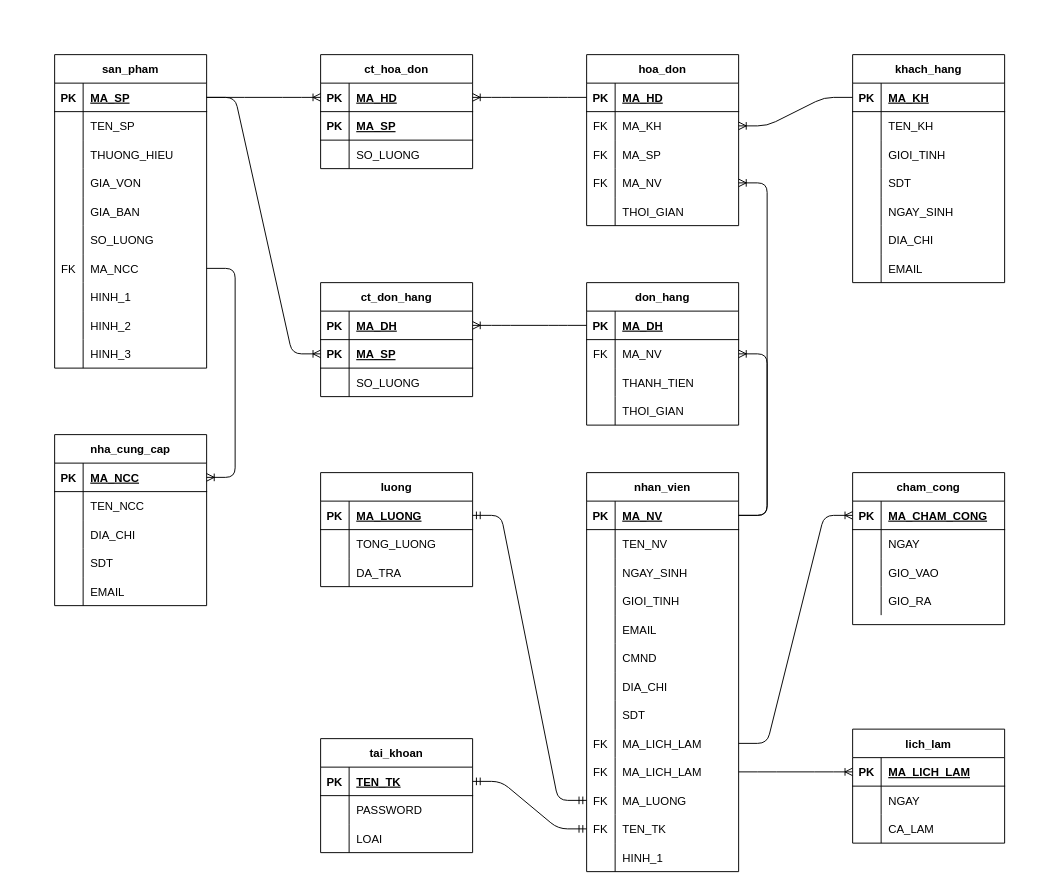
CNPM-Team-1/CNPM keeps this draw.io diagram as Thiết kế/Thiết kế dữ liệu/ERD.drawio. Above is the earlier version. Source tidied: cells renumbered, new cells numbered last; positions are measured from the earlier drawing's top-left corner, leaving out a move shared by most shapes. Both pictures are drawn from the tidied source at 95%, with x=0, y=0 at pixel (54, 54).
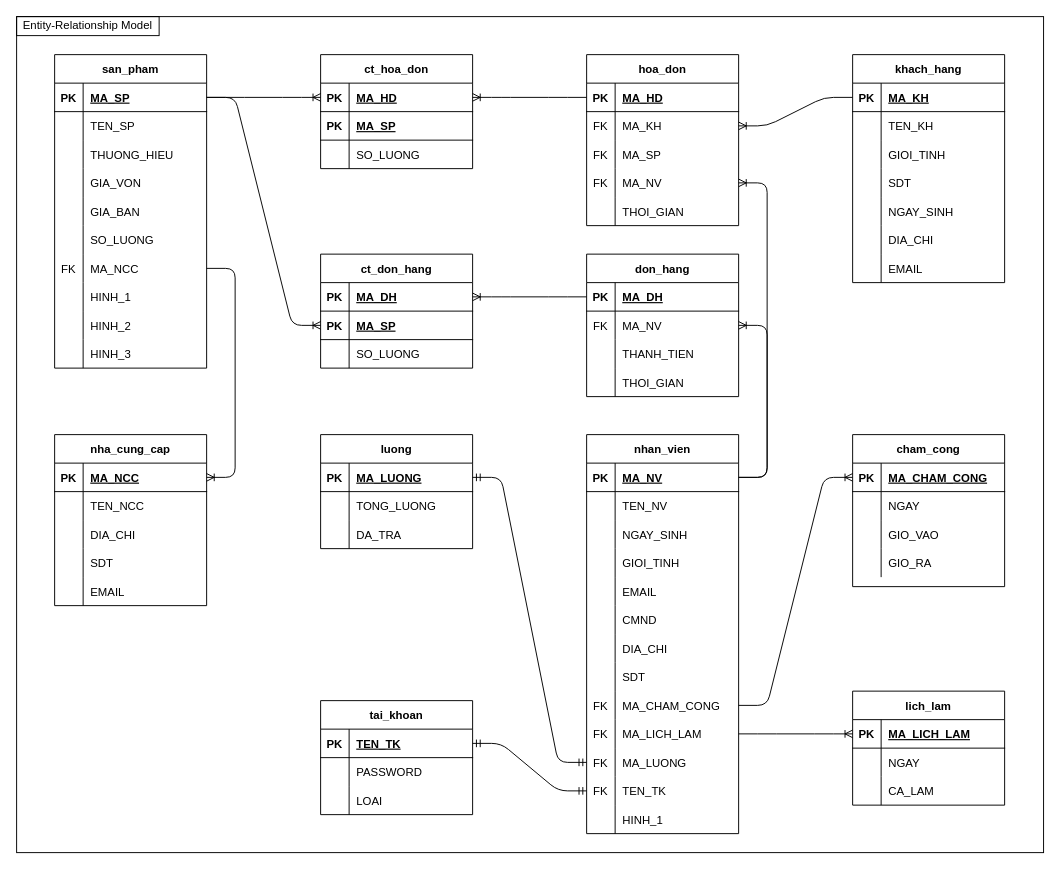
After the change.

The change refers to these unchanged cells:
```xml
<mxCell id="150" style="shape=partialRectangle;fillColor=none;top=0;left=0;bottom=0;right=0;points=[[0,0.5],[1,0.5]];portConstraint=eastwest;" parent="125" vertex="1">
  <mxGeometry y="270" width="160" height="30" as="geometry" />
</mxCell>
```

Diff of the diagram source:
```diff
@@
+    <mxCell id="215" style="rounded=0;whiteSpace=wrap;html=1;fillColor=none;" parent="1" vertex="1">
+      <mxGeometry x="-40" y="-40" width="1081" height="880" as="geometry" />
+    </mxCell>
@@
     <mxCell id="77" value="don_hang" style="shape=table;startSize=30;childLayout=tableLayout;rowLines=0;fontStyle=1;align=center;" parent="1" vertex="1">
-      <mxGeometry x="560" y="240" width="160" height="150" as="geometry" />
+      <mxGeometry x="560" y="210" width="160" height="150" as="geometry" />
     </mxCell>
@@
     <mxCell id="90" value="ct_don_hang" style="shape=table;startSize=30;childLayout=tableLayout;rowLines=0;fontStyle=1;align=center;" parent="1" vertex="1">
-      <mxGeometry x="280" y="240" width="160" height="120" as="geometry" />
+      <mxGeometry x="280" y="210" width="160" height="120" as="geometry" />
     </mxCell>
@@
     <mxCell id="125" value="nhan_vien" style="shape=table;startSize=30;childLayout=tableLayout;rowLines=0;fontStyle=1;align=center;" parent="1" vertex="1">
-      <mxGeometry x="560" y="440" width="160" height="420" as="geometry" />
+      <mxGeometry x="560" y="400" width="160" height="420" as="geometry" />
     </mxCell>
@@
-    <mxCell id="152" value="MA_LICH_LAM" style="shape=partialRectangle;fillColor=none;top=0;left=0;bottom=0;right=0;align=left;spacingLeft=6;overflow=hidden;" parent="150" vertex="1">
+    <mxCell id="152" value="MA_CHAM_CONG" style="shape=partialRectangle;fillColor=none;top=0;left=0;bottom=0;right=0;align=left;spacingLeft=6;overflow=hidden;" parent="150" vertex="1">
       <mxGeometry x="30" width="130" height="30" as="geometry" />
     </mxCell>
@@
     <mxCell id="167" value="tai_khoan" style="shape=table;startSize=30;childLayout=tableLayout;rowLines=0;fontStyle=1;align=center;" parent="1" vertex="1">
-      <mxGeometry x="280" y="720" width="160" height="120" as="geometry" />
+      <mxGeometry x="280" y="680" width="160" height="120" as="geometry" />
     </mxCell>
@@
     <mxCell id="178" value="lich_lam" style="shape=table;startSize=30;childLayout=tableLayout;rowLines=0;fontStyle=1;align=center;" parent="1" vertex="1">
-      <mxGeometry x="840" y="710" width="160" height="120" as="geometry" />
+      <mxGeometry x="840" y="670" width="160" height="120" as="geometry" />
     </mxCell>
@@
     <mxCell id="189" value="cham_cong" style="shape=table;startSize=30;childLayout=tableLayout;rowLines=0;fontStyle=1;align=center;" parent="1" vertex="1">
-      <mxGeometry x="840" y="440" width="160" height="160" as="geometry" />
+      <mxGeometry x="840" y="400" width="160" height="160" as="geometry" />
     </mxCell>
@@
     <mxCell id="203" value="luong" style="shape=table;startSize=30;childLayout=tableLayout;rowLines=0;fontStyle=1;align=center;" parent="1" vertex="1">
-      <mxGeometry x="280" y="440" width="160" height="120" as="geometry" />
+      <mxGeometry x="280" y="400" width="160" height="120" as="geometry" />
     </mxCell>
@@
+    <mxCell id="216" value="Entity-Relationship Model" style="rounded=0;whiteSpace=wrap;html=1;fillColor=none;" parent="1" vertex="1">
+      <mxGeometry x="-40" y="-40" width="150" height="20" as="geometry" />
+    </mxCell>
```
